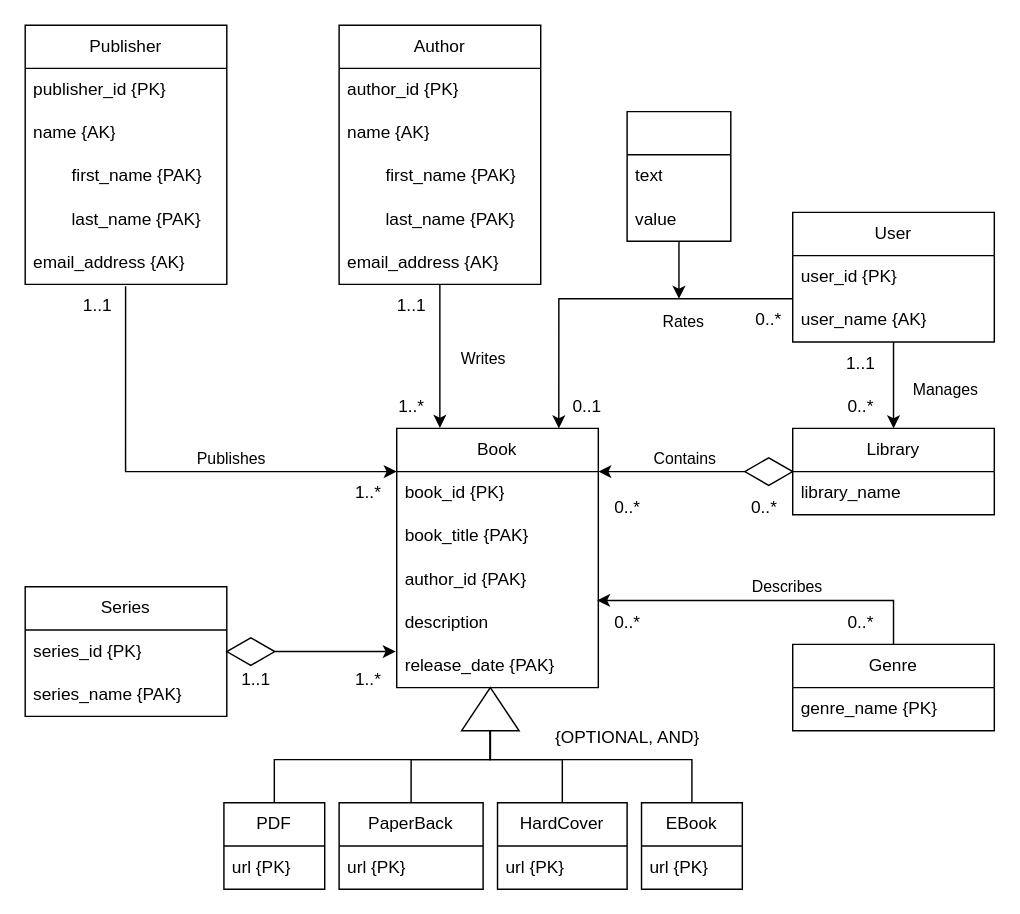
Earlier version of the draw.io diagram documents/vl_conceptual_design_alt.drawio (jackeinbinder01/VirtualLibrary). Source tidied: cells renumbered, new cells numbered last; positions are measured from the earlier drawing's top-left corner, leaving out a move shared by most shapes. Both pictures are drawn from the tidied source at 144%, with x=0, y=0 at pixel (24, 24).
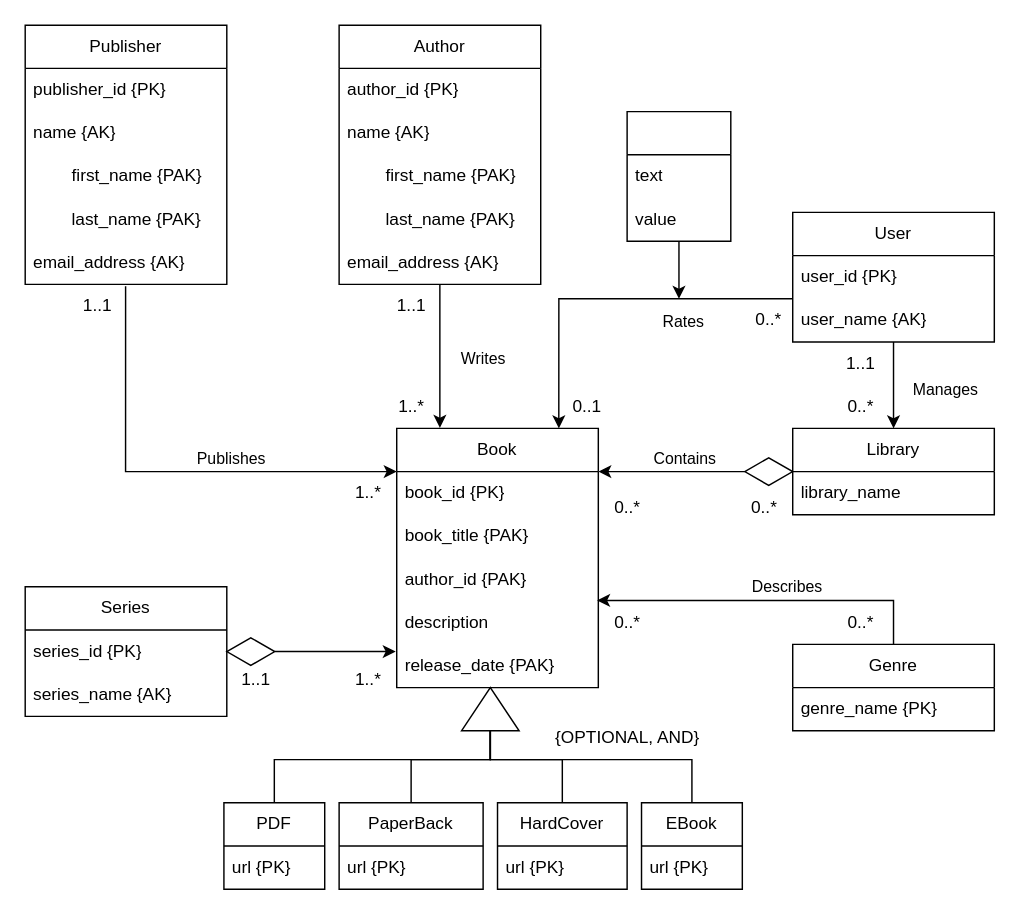
Above is the later version.

Commit message (it also covers changes not shown here):
alt ERD

Unchanged cells that the change refers to:
```xml
<mxCell id="37" value="Series" style="swimlane;fontStyle=0;horizontal=1;startSize=30;whiteSpace=wrap;html=1;" parent="1" vertex="1">
  <mxGeometry y="390" width="140" height="90" as="geometry" />
</mxCell>
```

Change to the diagram source:
```diff
@@
-    <mxCell id="39" value="series_name {PAK}" style="text;strokeColor=none;fillColor=none;align=left;verticalAlign=middle;spacingLeft=4;spacingRight=4;overflow=hidden;whiteSpace=wrap;html=1;" parent="37" vertex="1">
+    <mxCell id="39" value="series_name {AK}" style="text;strokeColor=none;fillColor=none;align=left;verticalAlign=middle;spacingLeft=4;spacingRight=4;overflow=hidden;whiteSpace=wrap;html=1;" parent="37" vertex="1">
       <mxGeometry y="60" width="140" height="30" as="geometry" />
     </mxCell>
```
